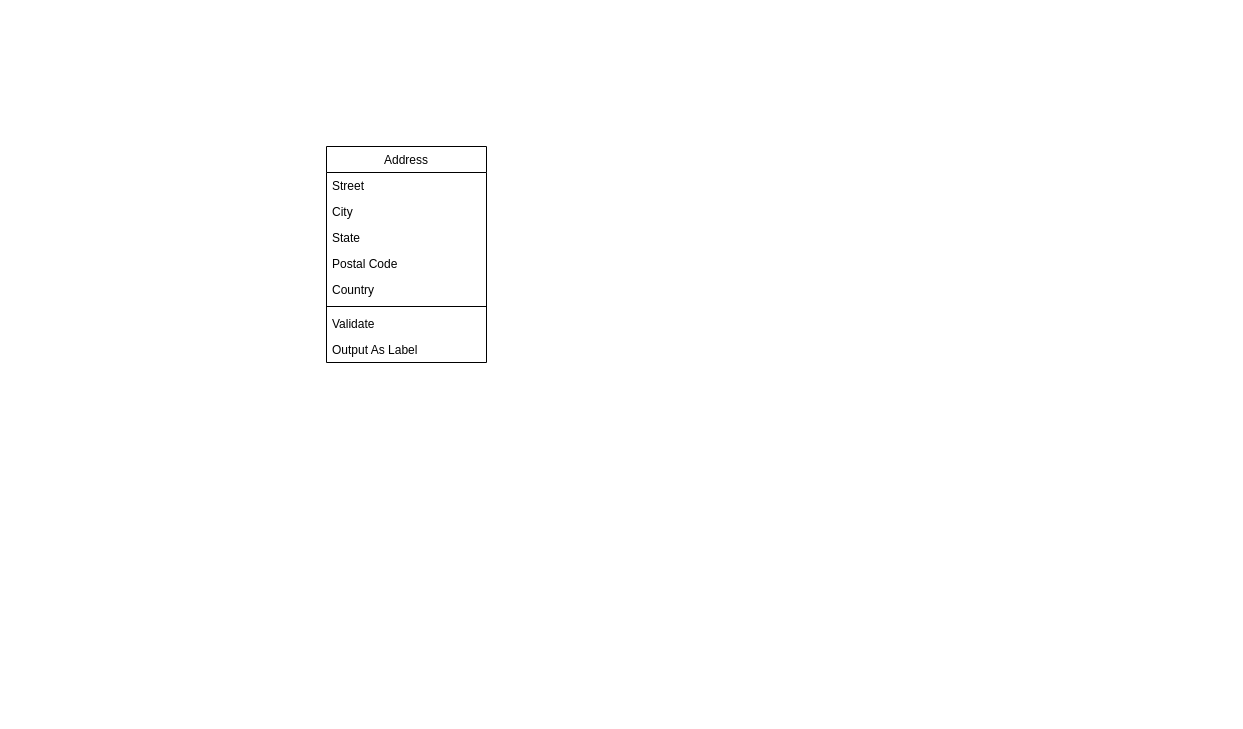
Earlier version of the draw.io diagram page "Dennis Rodriguez" (2 of 5) of Untitled Diagram.drawio (dpeter1290/riesgoseincidentesSST). Source tidied: cells renumbered, new cells numbered last; positions are measured from the earlier drawing's top-left corner, leaving out a move shared by most shapes. Both pictures are drawn from the tidied source at 100%, with x=0, y=0 at pixel (326, 146).
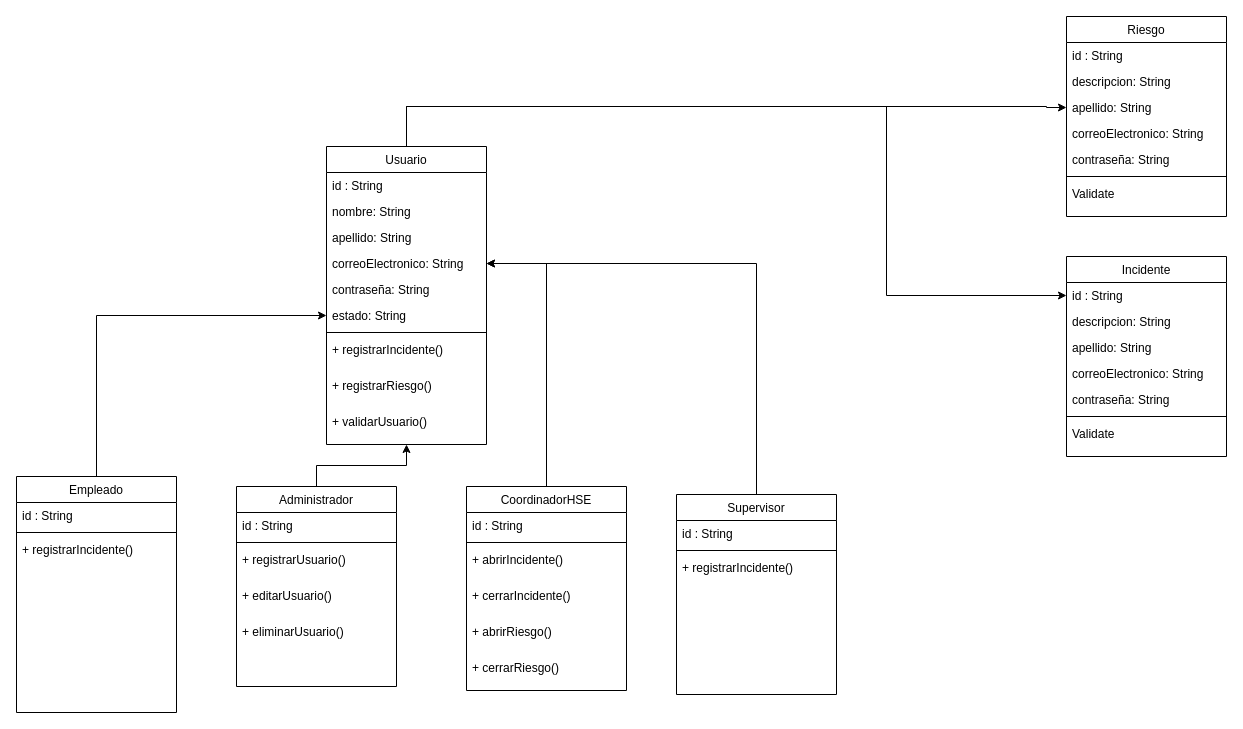
Above is the later version.

Commit message:
Diagram de clases

The edit, as a diff of the source:
```diff
@@
+    <mxCell id="11" style="edgeStyle=orthogonalEdgeStyle;rounded=0;jettySize=auto;html=1;entryX=0;entryY=0.5;entryDx=0;entryDy=0;exitX=0.5;exitY=0;exitDx=0;exitDy=0;" parent="1" edge="1" source="2" target="40">
+      <mxGeometry relative="1" as="geometry">
+        <Array as="points">
+          <mxPoint x="80" y="-40" />
+          <mxPoint x="720" y="-40" />
+        </Array>
+      </mxGeometry>
+    </mxCell>
+    <mxCell id="12" style="edgeStyle=orthogonalEdgeStyle;rounded=0;jettySize=auto;html=1;entryX=0;entryY=0.5;entryDx=0;entryDy=0;exitX=0.5;exitY=0;exitDx=0;exitDy=0;" parent="1" edge="1" source="2" target="18">
+      <mxGeometry relative="1" as="geometry">
+        <Array as="points">
+          <mxPoint x="80" y="-40" />
+          <mxPoint x="560" y="-40" />
+          <mxPoint x="560" y="149" />
+        </Array>
+      </mxGeometry>
+    </mxCell>
-    <mxCell id="2" value="Address" style="swimlane;fontStyle=0;align=center;verticalAlign=top;horizontal=1;startSize=26;rounded=0;shadow=0;strokeWidth=1;" parent="1" vertex="1">
-      <mxGeometry width="160" height="216" as="geometry" />
+    <mxCell id="2" value="Usuario" style="swimlane;fontStyle=0;align=center;verticalAlign=top;horizontal=1;startSize=26;rounded=0;shadow=0;strokeWidth=1;" parent="1" vertex="1">
+      <mxGeometry width="160" height="298" as="geometry" />
     </mxCell>
-    <mxCell id="3" value="Street" style="text;align=left;verticalAlign=top;spacingLeft=4;spacingRight=4;overflow=hidden;" parent="2" vertex="1">
+    <mxCell id="3" value="id : String" style="text;align=left;verticalAlign=top;spacingLeft=4;spacingRight=4;overflow=hidden;" parent="2" vertex="1">
       <mxGeometry y="26" width="160" height="26" as="geometry" />
     </mxCell>
-    <mxCell id="4" value="City" style="text;align=left;verticalAlign=top;spacingLeft=4;spacingRight=4;overflow=hidden;rounded=0;shadow=0;html=0;" parent="2" vertex="1">
+    <mxCell id="4" value="nombre: String" style="text;align=left;verticalAlign=top;spacingLeft=4;spacingRight=4;overflow=hidden;rounded=0;shadow=0;html=0;" parent="2" vertex="1">
       <mxGeometry y="52" width="160" height="26" as="geometry" />
     </mxCell>
-    <mxCell id="5" value="State" style="text;align=left;verticalAlign=top;spacingLeft=4;spacingRight=4;overflow=hidden;rounded=0;shadow=0;html=0;" parent="2" vertex="1">
+    <mxCell id="5" value="apellido: String" style="text;align=left;verticalAlign=top;spacingLeft=4;spacingRight=4;overflow=hidden;rounded=0;shadow=0;html=0;" parent="2" vertex="1">
       <mxGeometry y="78" width="160" height="26" as="geometry" />
     </mxCell>
-    <mxCell id="6" value="Postal Code" style="text;align=left;verticalAlign=top;spacingLeft=4;spacingRight=4;overflow=hidden;points=[[0,0.5],[1,0.5]];portConstraint=eastwest;rounded=0;shadow=0;html=0;" parent="2" vertex="1">
+    <mxCell id="6" value="correoElectronico: String" style="text;align=left;verticalAlign=top;spacingLeft=4;spacingRight=4;overflow=hidden;points=[[0,0.5],[1,0.5]];portConstraint=eastwest;rounded=0;shadow=0;html=0;" parent="2" vertex="1">
       <mxGeometry y="104" width="160" height="26" as="geometry" />
     </mxCell>
-    <mxCell id="7" value="Country" style="text;align=left;verticalAlign=top;spacingLeft=4;spacingRight=4;overflow=hidden;rounded=0;shadow=0;html=0;" parent="2" vertex="1">
-      <mxGeometry y="130" width="160" height="26" as="geometry" />
-    </mxCell>
+    <mxCell id="13" value="contraseña: String" style="text;align=left;verticalAlign=top;spacingLeft=4;spacingRight=4;overflow=hidden;rounded=0;shadow=0;html=0;" parent="2" vertex="1">
+      <mxGeometry y="130" width="160" height="26" as="geometry" />
+    </mxCell>
+    <mxCell id="14" value="estado: String" style="text;align=left;verticalAlign=top;spacingLeft=4;spacingRight=4;overflow=hidden;points=[[0,0.5],[1,0.5]];portConstraint=eastwest;rounded=0;shadow=0;html=0;" parent="2" vertex="1">
+      <mxGeometry y="156" width="160" height="26" as="geometry" />
+    </mxCell>
     <mxCell id="8" style="line;html=1;strokeWidth=1;align=left;verticalAlign=middle;spacingTop=-1;spacingLeft=3;spacingRight=3;labelPosition=right;" parent="2" vertex="1">
-      <mxGeometry y="156" width="160" height="8" as="geometry" />
+      <mxGeometry y="182" width="160" height="8" as="geometry" />
     </mxCell>
+    <mxCell id="15" value="+ registrarIncidente()" style="text;align=left;verticalAlign=top;spacingLeft=4;spacingRight=4;overflow=hidden;" parent="2" vertex="1">
+      <mxGeometry y="190" width="160" height="36" as="geometry" />
+    </mxCell>
+    <mxCell id="16" value="+ registrarRiesgo()" style="text;align=left;verticalAlign=top;spacingLeft=4;spacingRight=4;overflow=hidden;" parent="2" vertex="1">
+      <mxGeometry y="226" width="160" height="36" as="geometry" />
+    </mxCell>
-    <mxCell id="9" value="Validate" style="text;align=left;verticalAlign=top;spacingLeft=4;spacingRight=4;overflow=hidden;" parent="2" vertex="1">
-      <mxGeometry y="164" width="160" height="26" as="geometry" />
+    <mxCell id="9" value="+ validarUsuario()" style="text;align=left;verticalAlign=top;spacingLeft=4;spacingRight=4;overflow=hidden;" parent="2" vertex="1">
+      <mxGeometry y="262" width="160" height="36" as="geometry" />
     </mxCell>
-    <mxCell id="10" value="Output As Label" style="text;align=left;verticalAlign=top;spacingLeft=4;spacingRight=4;overflow=hidden;" parent="2" vertex="1">
-      <mxGeometry y="190" width="160" height="26" as="geometry" />
-    </mxCell>
+    <mxCell id="17" value="Incidente" style="swimlane;fontStyle=0;align=center;verticalAlign=top;horizontal=1;startSize=26;rounded=0;shadow=0;strokeWidth=1;" parent="1" vertex="1">
+      <mxGeometry x="740" y="110" width="160" height="200" as="geometry" />
+    </mxCell>
+    <mxCell id="18" value="id : String" style="text;align=left;verticalAlign=top;spacingLeft=4;spacingRight=4;overflow=hidden;points=[[0,0.5],[1,0.5]];portConstraint=eastwest;" parent="17" vertex="1">
+      <mxGeometry y="26" width="160" height="26" as="geometry" />
+    </mxCell>
+    <mxCell id="19" value="descripcion: String" style="text;align=left;verticalAlign=top;spacingLeft=4;spacingRight=4;overflow=hidden;rounded=0;shadow=0;html=0;" parent="17" vertex="1">
+      <mxGeometry y="52" width="160" height="26" as="geometry" />
+    </mxCell>
+    <mxCell id="20" value="apellido: String" style="text;align=left;verticalAlign=top;spacingLeft=4;spacingRight=4;overflow=hidden;rounded=0;shadow=0;html=0;" parent="17" vertex="1">
+      <mxGeometry y="78" width="160" height="26" as="geometry" />
+    </mxCell>
+    <mxCell id="21" value="correoElectronico: String" style="text;align=left;verticalAlign=top;spacingLeft=4;spacingRight=4;overflow=hidden;rounded=0;shadow=0;html=0;" parent="17" vertex="1">
+      <mxGeometry y="104" width="160" height="26" as="geometry" />
+    </mxCell>
+    <mxCell id="22" value="contraseña: String" style="text;align=left;verticalAlign=top;spacingLeft=4;spacingRight=4;overflow=hidden;rounded=0;shadow=0;html=0;" parent="17" vertex="1">
+      <mxGeometry y="130" width="160" height="26" as="geometry" />
+    </mxCell>
+    <mxCell id="23" style="line;html=1;strokeWidth=1;align=left;verticalAlign=middle;spacingTop=-1;spacingLeft=3;spacingRight=3;labelPosition=right;" parent="17" vertex="1">
+      <mxGeometry y="156" width="160" height="8" as="geometry" />
+    </mxCell>
+    <mxCell id="24" value="Validate" style="text;align=left;verticalAlign=top;spacingLeft=4;spacingRight=4;overflow=hidden;" parent="17" vertex="1">
+      <mxGeometry y="164" width="160" height="36" as="geometry" />
+    </mxCell>
+    <mxCell id="25" style="edgeStyle=orthogonalEdgeStyle;rounded=0;jettySize=auto;html=1;entryX=0;entryY=0.5;entryDx=0;entryDy=0;" parent="1" edge="1" source="26" target="14">
+      <mxGeometry relative="1" as="geometry" />
+    </mxCell>
+    <mxCell id="26" value="Empleado" style="swimlane;fontStyle=0;align=center;verticalAlign=top;horizontal=1;startSize=26;rounded=0;shadow=0;strokeWidth=1;" parent="1" vertex="1">
+      <mxGeometry x="-310" y="330" width="160" height="236" as="geometry" />
+    </mxCell>
+    <mxCell id="27" value="id : String" style="text;align=left;verticalAlign=top;spacingLeft=4;spacingRight=4;overflow=hidden;" parent="26" vertex="1">
+      <mxGeometry y="26" width="160" height="26" as="geometry" />
+    </mxCell>
+    <mxCell id="28" style="line;html=1;strokeWidth=1;align=left;verticalAlign=middle;spacingTop=-1;spacingLeft=3;spacingRight=3;labelPosition=right;" parent="26" vertex="1">
+      <mxGeometry y="52" width="160" height="8" as="geometry" />
+    </mxCell>
+    <mxCell id="29" value="+ registrarIncidente()" style="text;align=left;verticalAlign=top;spacingLeft=4;spacingRight=4;overflow=hidden;" parent="26" vertex="1">
+      <mxGeometry y="60" width="160" height="36" as="geometry" />
+    </mxCell>
+    <mxCell id="30" style="edgeStyle=orthogonalEdgeStyle;rounded=0;jettySize=auto;html=1;entryX=0.5;entryY=1;entryDx=0;entryDy=0;" parent="1" edge="1" source="31" target="2">
+      <mxGeometry relative="1" as="geometry" />
+    </mxCell>
+    <mxCell id="31" value="Administrador" style="swimlane;fontStyle=0;align=center;verticalAlign=top;horizontal=1;startSize=26;rounded=0;shadow=0;strokeWidth=1;" parent="1" vertex="1">
+      <mxGeometry x="-90" y="340" width="160" height="200" as="geometry" />
+    </mxCell>
+    <mxCell id="32" value="id : String" style="text;align=left;verticalAlign=top;spacingLeft=4;spacingRight=4;overflow=hidden;" parent="31" vertex="1">
+      <mxGeometry y="26" width="160" height="26" as="geometry" />
+    </mxCell>
+    <mxCell id="33" style="line;html=1;strokeWidth=1;align=left;verticalAlign=middle;spacingTop=-1;spacingLeft=3;spacingRight=3;labelPosition=right;" parent="31" vertex="1">
+      <mxGeometry y="52" width="160" height="8" as="geometry" />
+    </mxCell>
+    <mxCell id="34" value="+ registrarUsuario()" style="text;align=left;verticalAlign=top;spacingLeft=4;spacingRight=4;overflow=hidden;" parent="31" vertex="1">
+      <mxGeometry y="60" width="160" height="36" as="geometry" />
+    </mxCell>
+    <mxCell id="35" value="+ editarUsuario()" style="text;align=left;verticalAlign=top;spacingLeft=4;spacingRight=4;overflow=hidden;" parent="31" vertex="1">
+      <mxGeometry y="96" width="160" height="36" as="geometry" />
+    </mxCell>
+    <mxCell id="36" value="+ eliminarUsuario()" style="text;align=left;verticalAlign=top;spacingLeft=4;spacingRight=4;overflow=hidden;" parent="31" vertex="1">
+      <mxGeometry y="132" width="160" height="36" as="geometry" />
+    </mxCell>
+    <mxCell id="37" value="Riesgo" style="swimlane;fontStyle=0;align=center;verticalAlign=top;horizontal=1;startSize=26;rounded=0;shadow=0;strokeWidth=1;" parent="1" vertex="1">
+      <mxGeometry x="740" y="-130" width="160" height="200" as="geometry" />
+    </mxCell>
+    <mxCell id="38" value="id : String" style="text;align=left;verticalAlign=top;spacingLeft=4;spacingRight=4;overflow=hidden;" parent="37" vertex="1">
+      <mxGeometry y="26" width="160" height="26" as="geometry" />
+    </mxCell>
+    <mxCell id="39" value="descripcion: String" style="text;align=left;verticalAlign=top;spacingLeft=4;spacingRight=4;overflow=hidden;rounded=0;shadow=0;html=0;" parent="37" vertex="1">
+      <mxGeometry y="52" width="160" height="26" as="geometry" />
+    </mxCell>
+    <mxCell id="40" value="apellido: String" style="text;align=left;verticalAlign=top;spacingLeft=4;spacingRight=4;overflow=hidden;points=[[0,0.5],[1,0.5]];portConstraint=eastwest;rounded=0;shadow=0;html=0;" parent="37" vertex="1">
+      <mxGeometry y="78" width="160" height="26" as="geometry" />
+    </mxCell>
+    <mxCell id="41" value="correoElectronico: String" style="text;align=left;verticalAlign=top;spacingLeft=4;spacingRight=4;overflow=hidden;rounded=0;shadow=0;html=0;" parent="37" vertex="1">
+      <mxGeometry y="104" width="160" height="26" as="geometry" />
+    </mxCell>
+    <mxCell id="42" value="contraseña: String" style="text;align=left;verticalAlign=top;spacingLeft=4;spacingRight=4;overflow=hidden;rounded=0;shadow=0;html=0;" parent="37" vertex="1">
+      <mxGeometry y="130" width="160" height="26" as="geometry" />
+    </mxCell>
+    <mxCell id="43" style="line;html=1;strokeWidth=1;align=left;verticalAlign=middle;spacingTop=-1;spacingLeft=3;spacingRight=3;labelPosition=right;" parent="37" vertex="1">
+      <mxGeometry y="156" width="160" height="8" as="geometry" />
+    </mxCell>
+    <mxCell id="44" value="Validate" style="text;align=left;verticalAlign=top;spacingLeft=4;spacingRight=4;overflow=hidden;" parent="37" vertex="1">
+      <mxGeometry y="164" width="160" height="36" as="geometry" />
+    </mxCell>
+    <mxCell id="45" style="edgeStyle=orthogonalEdgeStyle;rounded=0;jettySize=auto;html=1;entryX=1;entryY=0.5;entryDx=0;entryDy=0;" parent="1" edge="1" source="46" target="6">
+      <mxGeometry relative="1" as="geometry" />
+    </mxCell>
+    <mxCell id="46" value="CoordinadorHSE" style="swimlane;fontStyle=0;align=center;verticalAlign=top;horizontal=1;startSize=26;rounded=0;shadow=0;strokeWidth=1;" parent="1" vertex="1">
+      <mxGeometry x="140" y="340" width="160" height="204" as="geometry" />
+    </mxCell>
+    <mxCell id="47" value="id : String" style="text;align=left;verticalAlign=top;spacingLeft=4;spacingRight=4;overflow=hidden;" parent="46" vertex="1">
+      <mxGeometry y="26" width="160" height="26" as="geometry" />
+    </mxCell>
+    <mxCell id="48" style="line;html=1;strokeWidth=1;align=left;verticalAlign=middle;spacingTop=-1;spacingLeft=3;spacingRight=3;labelPosition=right;" parent="46" vertex="1">
+      <mxGeometry y="52" width="160" height="8" as="geometry" />
+    </mxCell>
+    <mxCell id="49" value="+ abrirIncidente()" style="text;align=left;verticalAlign=top;spacingLeft=4;spacingRight=4;overflow=hidden;" parent="46" vertex="1">
+      <mxGeometry y="60" width="160" height="36" as="geometry" />
+    </mxCell>
+    <mxCell id="50" value="+ cerrarIncidente()" style="text;align=left;verticalAlign=top;spacingLeft=4;spacingRight=4;overflow=hidden;" parent="46" vertex="1">
+      <mxGeometry y="96" width="160" height="36" as="geometry" />
+    </mxCell>
+    <mxCell id="51" value="+ abrirRiesgo()" style="text;align=left;verticalAlign=top;spacingLeft=4;spacingRight=4;overflow=hidden;" parent="46" vertex="1">
+      <mxGeometry y="132" width="160" height="36" as="geometry" />
+    </mxCell>
+    <mxCell id="52" value="+ cerrarRiesgo()" style="text;align=left;verticalAlign=top;spacingLeft=4;spacingRight=4;overflow=hidden;" parent="46" vertex="1">
+      <mxGeometry y="168" width="160" height="36" as="geometry" />
+    </mxCell>
+    <mxCell id="53" style="edgeStyle=orthogonalEdgeStyle;rounded=0;jettySize=auto;html=1;entryX=1;entryY=0.5;entryDx=0;entryDy=0;" parent="1" edge="1" source="54" target="6">
+      <mxGeometry relative="1" as="geometry" />
+    </mxCell>
+    <mxCell id="54" value="Supervisor" style="swimlane;fontStyle=0;align=center;verticalAlign=top;horizontal=1;startSize=26;rounded=0;shadow=0;strokeWidth=1;" parent="1" vertex="1">
+      <mxGeometry x="350" y="348" width="160" height="200" as="geometry" />
+    </mxCell>
+    <mxCell id="55" value="id : String" style="text;align=left;verticalAlign=top;spacingLeft=4;spacingRight=4;overflow=hidden;" parent="54" vertex="1">
+      <mxGeometry y="26" width="160" height="26" as="geometry" />
+    </mxCell>
+    <mxCell id="56" style="line;html=1;strokeWidth=1;align=left;verticalAlign=middle;spacingTop=-1;spacingLeft=3;spacingRight=3;labelPosition=right;" parent="54" vertex="1">
+      <mxGeometry y="52" width="160" height="8" as="geometry" />
+    </mxCell>
+    <mxCell id="57" value="+ registrarIncidente()" style="text;align=left;verticalAlign=top;spacingLeft=4;spacingRight=4;overflow=hidden;" parent="54" vertex="1">
+      <mxGeometry y="60" width="160" height="36" as="geometry" />
+    </mxCell>
```
